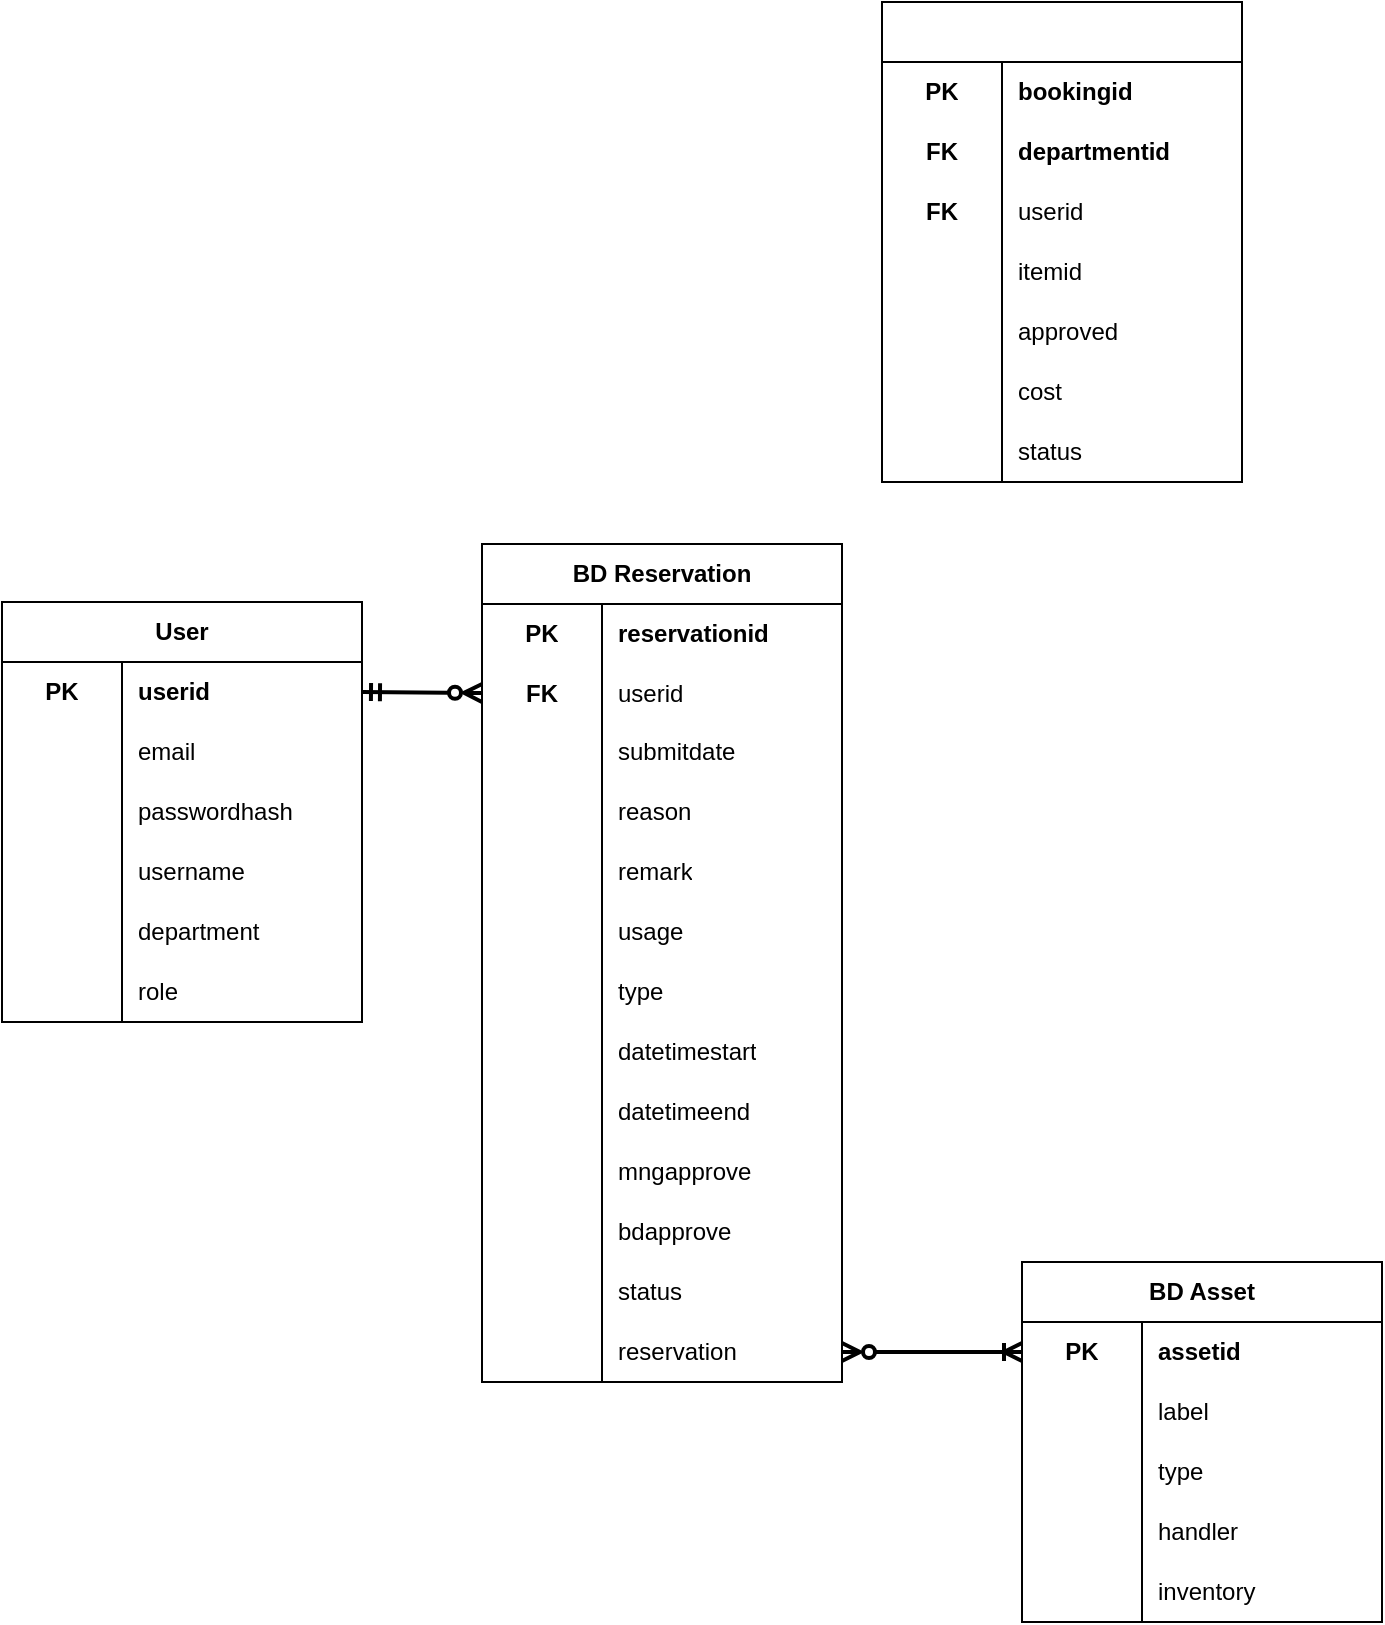
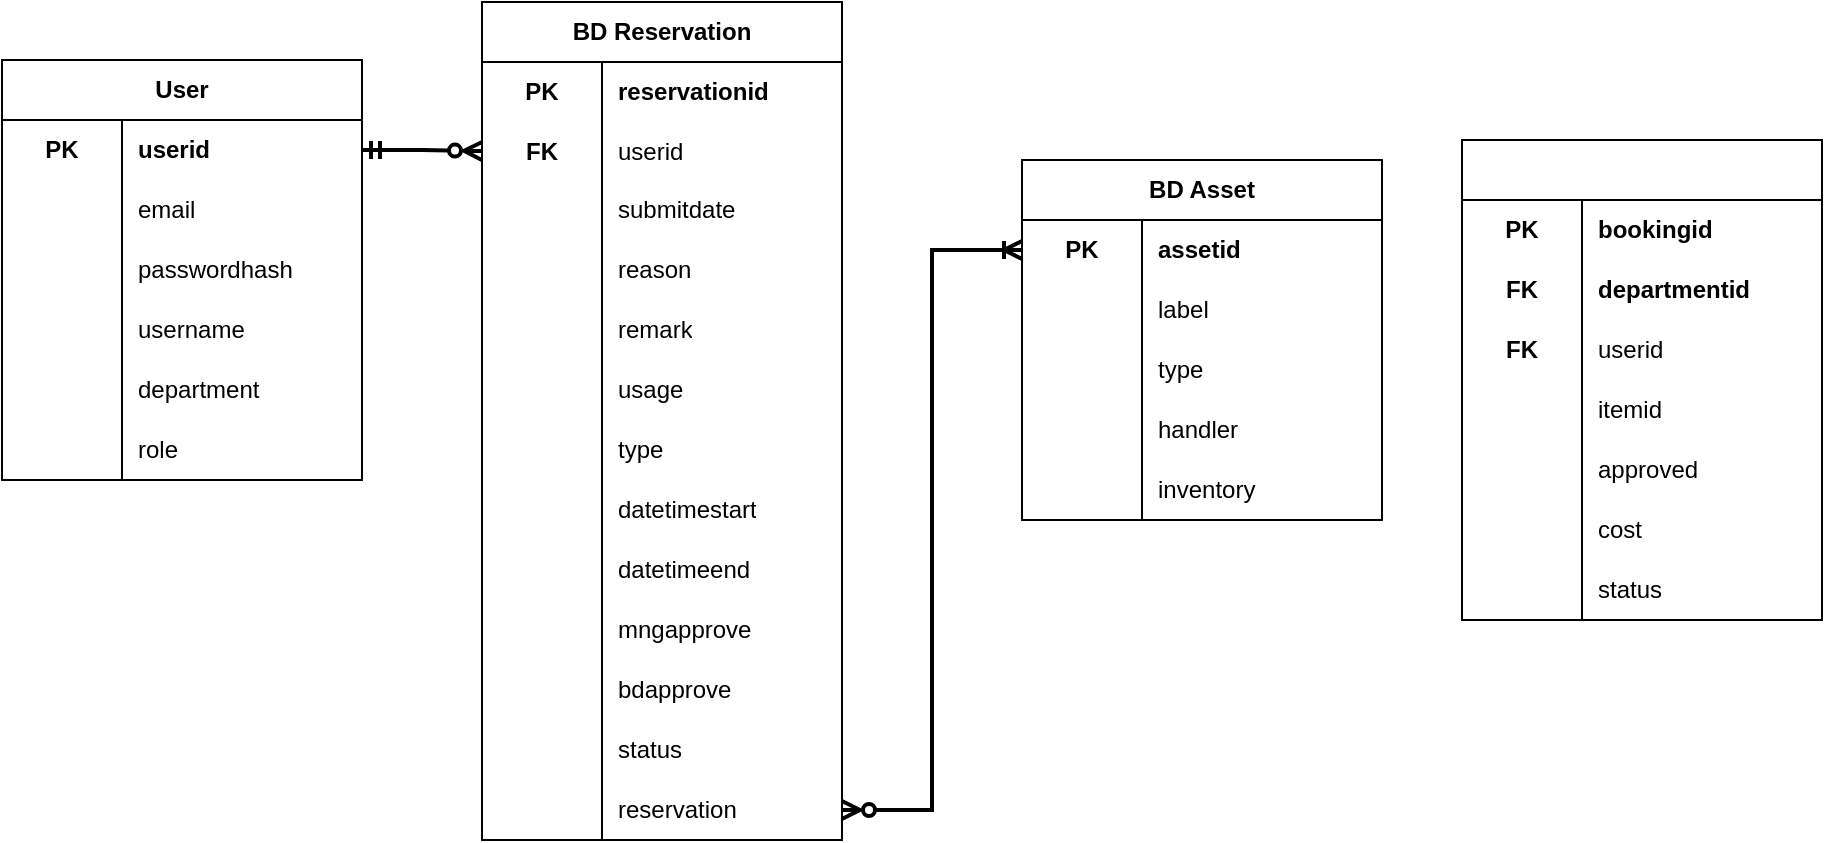
<mxfile host="65bd71144e">
    <diagram id="99jGwjI2mK34O7oxaWJw" name="Page-1">
-         <mxGraphModel dx="284" dy="1716" grid="1" gridSize="10" guides="1" tooltips="1" connect="1" arrows="1" fold="1" page="1" pageScale="1" pageWidth="827" pageHeight="1169" math="0" shadow="0">
+         <mxGraphModel dx="1306" dy="1563" grid="1" gridSize="10" guides="1" tooltips="1" connect="1" arrows="1" fold="1" page="1" pageScale="1" pageWidth="827" pageHeight="1169" math="0" shadow="0">
            <root>
                <mxCell id="0"/>
                <mxCell id="1" parent="0"/>
                <mxCell id="18" value="User" style="shape=table;startSize=30;container=1;collapsible=1;childLayout=tableLayout;fixedRows=1;rowLines=0;fontStyle=1;align=center;resizeLast=1;html=1;whiteSpace=wrap;" parent="1" vertex="1">
                    <mxGeometry x="130" y="140" width="180" height="210" as="geometry"/>
                </mxCell>
                <mxCell id="19" value="" style="shape=tableRow;horizontal=0;startSize=0;swimlaneHead=0;swimlaneBody=0;fillColor=none;collapsible=0;dropTarget=0;points=[[0,0.5],[1,0.5]];portConstraint=eastwest;top=0;left=0;right=0;bottom=0;html=1;labelBackgroundColor=none;labelBorderColor=none;swimlaneFillColor=none;" parent="18" vertex="1">
                    <mxGeometry y="30" width="180" height="30" as="geometry"/>
                </mxCell>
                <mxCell id="20" value="PK" style="shape=partialRectangle;connectable=0;fillColor=none;top=0;left=0;bottom=0;right=0;fontStyle=1;overflow=hidden;html=1;whiteSpace=wrap;labelBackgroundColor=none;labelBorderColor=none;swimlaneFillColor=none;" parent="19" vertex="1">
                    <mxGeometry width="60" height="30" as="geometry">
                        <mxRectangle width="60" height="30" as="alternateBounds"/>
                    </mxGeometry>
                </mxCell>
                <mxCell id="21" value="userid" style="shape=partialRectangle;connectable=0;fillColor=none;top=0;left=0;bottom=0;right=0;align=left;spacingLeft=6;fontStyle=1;overflow=hidden;html=1;whiteSpace=wrap;labelBackgroundColor=none;labelBorderColor=none;swimlaneFillColor=none;" parent="19" vertex="1">
                    <mxGeometry x="60" width="120" height="30" as="geometry">
                        <mxRectangle width="120" height="30" as="alternateBounds"/>
                    </mxGeometry>
                </mxCell>
                <mxCell id="22" value="" style="shape=tableRow;horizontal=0;startSize=0;swimlaneHead=0;swimlaneBody=0;fillColor=none;collapsible=0;dropTarget=0;points=[[0,0.5],[1,0.5]];portConstraint=eastwest;top=0;left=0;right=0;bottom=0;html=1;labelBackgroundColor=none;labelBorderColor=none;swimlaneFillColor=none;" parent="18" vertex="1">
                    <mxGeometry y="60" width="180" height="30" as="geometry"/>
                </mxCell>
                <mxCell id="23" value="" style="shape=partialRectangle;connectable=0;fillColor=none;top=0;left=0;bottom=0;right=0;fontStyle=1;overflow=hidden;html=1;whiteSpace=wrap;strokeWidth=1;shadow=0;strokeColor=default;perimeterSpacing=0;labelBackgroundColor=none;labelBorderColor=none;swimlaneFillColor=none;" parent="22" vertex="1">
                    <mxGeometry width="60" height="30" as="geometry">
                        <mxRectangle width="60" height="30" as="alternateBounds"/>
                    </mxGeometry>
                </mxCell>
                <mxCell id="24" value="email" style="shape=partialRectangle;connectable=0;fillColor=none;top=0;left=0;bottom=0;right=0;align=left;spacingLeft=6;fontStyle=0;overflow=hidden;html=1;whiteSpace=wrap;strokeWidth=1;shadow=0;perimeterSpacing=0;labelBackgroundColor=none;labelBorderColor=none;swimlaneFillColor=none;" parent="22" vertex="1">
                    <mxGeometry x="60" width="120" height="30" as="geometry">
                        <mxRectangle width="120" height="30" as="alternateBounds"/>
                    </mxGeometry>
                </mxCell>
                <mxCell id="25" value="" style="shape=tableRow;horizontal=0;startSize=0;swimlaneHead=0;swimlaneBody=0;fillColor=none;collapsible=0;dropTarget=0;points=[[0,0.5],[1,0.5]];portConstraint=eastwest;top=0;left=0;right=0;bottom=0;html=1;labelBackgroundColor=none;labelBorderColor=none;swimlaneFillColor=none;" parent="18" vertex="1">
                    <mxGeometry y="90" width="180" height="30" as="geometry"/>
                </mxCell>
                <mxCell id="26" value="" style="shape=partialRectangle;connectable=0;fillColor=none;top=0;left=0;bottom=0;right=0;editable=1;overflow=hidden;html=1;whiteSpace=wrap;labelBackgroundColor=none;labelBorderColor=none;swimlaneFillColor=none;" parent="25" vertex="1">
                    <mxGeometry width="60" height="30" as="geometry">
                        <mxRectangle width="60" height="30" as="alternateBounds"/>
                    </mxGeometry>
                </mxCell>
                <mxCell id="27" value="passwordhash" style="shape=partialRectangle;connectable=0;fillColor=none;top=0;left=0;bottom=0;right=0;align=left;spacingLeft=6;overflow=hidden;html=1;whiteSpace=wrap;labelBackgroundColor=none;labelBorderColor=none;swimlaneFillColor=none;" parent="25" vertex="1">
                    <mxGeometry x="60" width="120" height="30" as="geometry">
                        <mxRectangle width="120" height="30" as="alternateBounds"/>
                    </mxGeometry>
                </mxCell>
                <mxCell id="119" value="" style="shape=tableRow;horizontal=0;startSize=0;swimlaneHead=0;swimlaneBody=0;fillColor=none;collapsible=0;dropTarget=0;points=[[0,0.5],[1,0.5]];portConstraint=eastwest;top=0;left=0;right=0;bottom=0;html=1;labelBackgroundColor=none;labelBorderColor=none;swimlaneFillColor=none;" parent="18" vertex="1">
                    <mxGeometry y="120" width="180" height="30" as="geometry"/>
                </mxCell>
                <mxCell id="120" value="" style="shape=partialRectangle;connectable=0;fillColor=none;top=0;left=0;bottom=0;right=0;editable=1;overflow=hidden;html=1;whiteSpace=wrap;labelBackgroundColor=none;labelBorderColor=none;swimlaneFillColor=none;" parent="119" vertex="1">
                    <mxGeometry width="60" height="30" as="geometry">
                        <mxRectangle width="60" height="30" as="alternateBounds"/>
                    </mxGeometry>
                </mxCell>
                <mxCell id="121" value="username" style="shape=partialRectangle;connectable=0;fillColor=none;top=0;left=0;bottom=0;right=0;align=left;spacingLeft=6;overflow=hidden;html=1;whiteSpace=wrap;labelBackgroundColor=none;labelBorderColor=none;swimlaneFillColor=none;" parent="119" vertex="1">
                    <mxGeometry x="60" width="120" height="30" as="geometry">
                        <mxRectangle width="120" height="30" as="alternateBounds"/>
                    </mxGeometry>
                </mxCell>
                <mxCell id="122" value="" style="shape=tableRow;horizontal=0;startSize=0;swimlaneHead=0;swimlaneBody=0;fillColor=none;collapsible=0;dropTarget=0;points=[[0,0.5],[1,0.5]];portConstraint=eastwest;top=0;left=0;right=0;bottom=0;html=1;labelBackgroundColor=none;labelBorderColor=none;swimlaneFillColor=none;" parent="18" vertex="1">
                    <mxGeometry y="150" width="180" height="30" as="geometry"/>
                </mxCell>
                <mxCell id="123" value="" style="shape=partialRectangle;connectable=0;fillColor=none;top=0;left=0;bottom=0;right=0;editable=1;overflow=hidden;html=1;whiteSpace=wrap;labelBackgroundColor=none;labelBorderColor=none;swimlaneFillColor=none;" parent="122" vertex="1">
                    <mxGeometry width="60" height="30" as="geometry">
                        <mxRectangle width="60" height="30" as="alternateBounds"/>
                    </mxGeometry>
                </mxCell>
                <mxCell id="124" value="department" style="shape=partialRectangle;connectable=0;fillColor=none;top=0;left=0;bottom=0;right=0;align=left;spacingLeft=6;overflow=hidden;html=1;whiteSpace=wrap;labelBackgroundColor=none;labelBorderColor=none;swimlaneFillColor=none;" parent="122" vertex="1">
                    <mxGeometry x="60" width="120" height="30" as="geometry">
                        <mxRectangle width="120" height="30" as="alternateBounds"/>
                    </mxGeometry>
                </mxCell>
                <mxCell id="28" value="" style="shape=tableRow;horizontal=0;startSize=0;swimlaneHead=0;swimlaneBody=0;fillColor=none;collapsible=0;dropTarget=0;points=[[0,0.5],[1,0.5]];portConstraint=eastwest;top=0;left=0;right=0;bottom=0;html=1;labelBackgroundColor=none;labelBorderColor=none;swimlaneFillColor=none;" parent="18" vertex="1">
                    <mxGeometry y="180" width="180" height="30" as="geometry"/>
                </mxCell>
                <mxCell id="29" value="" style="shape=partialRectangle;connectable=0;fillColor=none;top=0;left=0;bottom=0;right=0;editable=1;overflow=hidden;html=1;whiteSpace=wrap;labelBackgroundColor=none;labelBorderColor=none;swimlaneFillColor=none;" parent="28" vertex="1">
                    <mxGeometry width="60" height="30" as="geometry">
                        <mxRectangle width="60" height="30" as="alternateBounds"/>
                    </mxGeometry>
                </mxCell>
                <mxCell id="30" value="role" style="shape=partialRectangle;connectable=0;fillColor=none;top=0;left=0;bottom=0;right=0;align=left;spacingLeft=6;overflow=hidden;html=1;whiteSpace=wrap;labelBackgroundColor=none;labelBorderColor=none;swimlaneFillColor=none;" parent="28" vertex="1">
                    <mxGeometry x="60" width="120" height="30" as="geometry">
                        <mxRectangle width="120" height="30" as="alternateBounds"/>
                    </mxGeometry>
                </mxCell>
                <mxCell id="34" value="BD Asset" style="shape=table;startSize=30;container=1;collapsible=1;childLayout=tableLayout;fixedRows=1;rowLines=0;fontStyle=1;align=center;resizeLast=1;html=1;whiteSpace=wrap;" parent="1" vertex="1">
-                     <mxGeometry x="640" y="470" width="180" height="180" as="geometry"/>
+                     <mxGeometry x="640" y="190" width="180" height="180" as="geometry"/>
                </mxCell>
                <mxCell id="35" value="" style="shape=tableRow;horizontal=0;startSize=0;swimlaneHead=0;swimlaneBody=0;fillColor=none;collapsible=0;dropTarget=0;points=[[0,0.5],[1,0.5]];portConstraint=eastwest;top=0;left=0;right=0;bottom=0;html=1;labelBackgroundColor=none;labelBorderColor=none;swimlaneFillColor=none;" parent="34" vertex="1">
                    <mxGeometry y="30" width="180" height="30" as="geometry"/>
                </mxCell>
                <mxCell id="36" value="PK" style="shape=partialRectangle;connectable=0;fillColor=none;top=0;left=0;bottom=0;right=0;fontStyle=1;overflow=hidden;html=1;whiteSpace=wrap;labelBackgroundColor=none;labelBorderColor=none;swimlaneFillColor=none;" parent="35" vertex="1">
                    <mxGeometry width="60" height="30" as="geometry">
                        <mxRectangle width="60" height="30" as="alternateBounds"/>
                    </mxGeometry>
                </mxCell>
                <mxCell id="37" value="assetid" style="shape=partialRectangle;connectable=0;fillColor=none;top=0;left=0;bottom=0;right=0;align=left;spacingLeft=6;fontStyle=1;overflow=hidden;html=1;whiteSpace=wrap;labelBackgroundColor=none;labelBorderColor=none;swimlaneFillColor=none;" parent="35" vertex="1">
                    <mxGeometry x="60" width="120" height="30" as="geometry">
                        <mxRectangle width="120" height="30" as="alternateBounds"/>
                    </mxGeometry>
                </mxCell>
                <mxCell id="38" value="" style="shape=tableRow;horizontal=0;startSize=0;swimlaneHead=0;swimlaneBody=0;fillColor=none;collapsible=0;dropTarget=0;points=[[0,0.5],[1,0.5]];portConstraint=eastwest;top=0;left=0;right=0;bottom=0;html=1;labelBackgroundColor=none;labelBorderColor=none;swimlaneFillColor=none;" parent="34" vertex="1">
                    <mxGeometry y="60" width="180" height="30" as="geometry"/>
                </mxCell>
                <mxCell id="39" value="" style="shape=partialRectangle;connectable=0;fillColor=none;top=0;left=0;bottom=0;right=0;fontStyle=1;overflow=hidden;html=1;whiteSpace=wrap;strokeWidth=1;shadow=0;strokeColor=default;perimeterSpacing=0;labelBackgroundColor=none;labelBorderColor=none;swimlaneFillColor=none;" parent="38" vertex="1">
                    <mxGeometry width="60" height="30" as="geometry">
                        <mxRectangle width="60" height="30" as="alternateBounds"/>
                    </mxGeometry>
                </mxCell>
                <mxCell id="40" value="label" style="shape=partialRectangle;connectable=0;fillColor=none;top=0;left=0;bottom=0;right=0;align=left;spacingLeft=6;fontStyle=0;overflow=hidden;html=1;whiteSpace=wrap;strokeWidth=1;shadow=0;perimeterSpacing=0;labelBackgroundColor=none;labelBorderColor=none;swimlaneFillColor=none;" parent="38" vertex="1">
                    <mxGeometry x="60" width="120" height="30" as="geometry">
                        <mxRectangle width="120" height="30" as="alternateBounds"/>
                    </mxGeometry>
                </mxCell>
                <mxCell id="66" value="" style="shape=tableRow;horizontal=0;startSize=0;swimlaneHead=0;swimlaneBody=0;fillColor=none;collapsible=0;dropTarget=0;points=[[0,0.5],[1,0.5]];portConstraint=eastwest;top=0;left=0;right=0;bottom=0;html=1;labelBackgroundColor=none;labelBorderColor=none;swimlaneFillColor=none;" parent="34" vertex="1">
                    <mxGeometry y="90" width="180" height="30" as="geometry"/>
                </mxCell>
                <mxCell id="67" value="" style="shape=partialRectangle;connectable=0;fillColor=none;top=0;left=0;bottom=0;right=0;fontStyle=1;overflow=hidden;html=1;whiteSpace=wrap;strokeWidth=1;shadow=0;strokeColor=default;perimeterSpacing=0;labelBackgroundColor=none;labelBorderColor=none;swimlaneFillColor=none;" parent="66" vertex="1">
                    <mxGeometry width="60" height="30" as="geometry">
                        <mxRectangle width="60" height="30" as="alternateBounds"/>
                    </mxGeometry>
                </mxCell>
                <mxCell id="68" value="type" style="shape=partialRectangle;connectable=0;fillColor=none;top=0;left=0;bottom=0;right=0;align=left;spacingLeft=6;fontStyle=0;overflow=hidden;html=1;whiteSpace=wrap;strokeWidth=1;shadow=0;perimeterSpacing=0;labelBackgroundColor=none;labelBorderColor=none;swimlaneFillColor=none;" parent="66" vertex="1">
                    <mxGeometry x="60" width="120" height="30" as="geometry">
                        <mxRectangle width="120" height="30" as="alternateBounds"/>
                    </mxGeometry>
                </mxCell>
                <mxCell id="60" value="" style="shape=tableRow;horizontal=0;startSize=0;swimlaneHead=0;swimlaneBody=0;fillColor=none;collapsible=0;dropTarget=0;points=[[0,0.5],[1,0.5]];portConstraint=eastwest;top=0;left=0;right=0;bottom=0;html=1;labelBackgroundColor=none;labelBorderColor=none;swimlaneFillColor=none;" parent="34" vertex="1">
                    <mxGeometry y="120" width="180" height="30" as="geometry"/>
                </mxCell>
                <mxCell id="61" value="" style="shape=partialRectangle;connectable=0;fillColor=none;top=0;left=0;bottom=0;right=0;editable=1;overflow=hidden;html=1;whiteSpace=wrap;labelBackgroundColor=none;labelBorderColor=none;swimlaneFillColor=none;" parent="60" vertex="1">
                    <mxGeometry width="60" height="30" as="geometry">
                        <mxRectangle width="60" height="30" as="alternateBounds"/>
                    </mxGeometry>
                </mxCell>
                <mxCell id="62" value="handler" style="shape=partialRectangle;connectable=0;fillColor=none;top=0;left=0;bottom=0;right=0;align=left;spacingLeft=6;overflow=hidden;html=1;whiteSpace=wrap;labelBackgroundColor=none;labelBorderColor=none;swimlaneFillColor=none;" parent="60" vertex="1">
                    <mxGeometry x="60" width="120" height="30" as="geometry">
                        <mxRectangle width="120" height="30" as="alternateBounds"/>
                    </mxGeometry>
                </mxCell>
                <mxCell id="69" value="" style="shape=tableRow;horizontal=0;startSize=0;swimlaneHead=0;swimlaneBody=0;fillColor=none;collapsible=0;dropTarget=0;points=[[0,0.5],[1,0.5]];portConstraint=eastwest;top=0;left=0;right=0;bottom=0;html=1;labelBackgroundColor=none;labelBorderColor=none;swimlaneFillColor=none;" parent="34" vertex="1">
                    <mxGeometry y="150" width="180" height="30" as="geometry"/>
                </mxCell>
                <mxCell id="70" value="" style="shape=partialRectangle;connectable=0;fillColor=none;top=0;left=0;bottom=0;right=0;editable=1;overflow=hidden;html=1;whiteSpace=wrap;labelBackgroundColor=none;labelBorderColor=none;swimlaneFillColor=none;" parent="69" vertex="1">
                    <mxGeometry width="60" height="30" as="geometry">
                        <mxRectangle width="60" height="30" as="alternateBounds"/>
                    </mxGeometry>
                </mxCell>
                <mxCell id="71" value="inventory" style="shape=partialRectangle;connectable=0;fillColor=none;top=0;left=0;bottom=0;right=0;align=left;spacingLeft=6;overflow=hidden;html=1;whiteSpace=wrap;labelBackgroundColor=none;labelBorderColor=none;swimlaneFillColor=none;" parent="69" vertex="1">
                    <mxGeometry x="60" width="120" height="30" as="geometry">
                        <mxRectangle width="120" height="30" as="alternateBounds"/>
                    </mxGeometry>
                </mxCell>
-                 <mxCell id="147" style="edgeStyle=none;html=1;entryX=0;entryY=0.5;entryDx=0;entryDy=0;strokeWidth=2;startArrow=ERzeroToMany;startFill=0;endArrow=ERoneToMany;endFill=0;exitX=1;exitY=0.5;exitDx=0;exitDy=0;" edge="1" parent="1" source="125" target="35">
+                 <mxCell id="147" style="edgeStyle=orthogonalEdgeStyle;html=1;entryX=0;entryY=0.5;entryDx=0;entryDy=0;strokeWidth=2;startArrow=ERzeroToMany;startFill=0;endArrow=ERoneToMany;endFill=0;exitX=1;exitY=0.5;exitDx=0;exitDy=0;rounded=0;curved=0;" parent="1" source="125" target="35" edge="1">
                    <mxGeometry relative="1" as="geometry">
                        <mxPoint x="550" y="218.375" as="sourcePoint"/>
                        <mxPoint x="580" y="182" as="targetPoint"/>
                    </mxGeometry>
                </mxCell>
                <mxCell id="72" value="BD Reservation" style="shape=table;startSize=30;container=1;collapsible=1;childLayout=tableLayout;fixedRows=1;rowLines=0;fontStyle=1;align=center;resizeLast=1;html=1;whiteSpace=wrap;" parent="1" vertex="1">
                    <mxGeometry x="370" y="111" width="180" height="419" as="geometry"/>
                </mxCell>
                <mxCell id="73" value="" style="shape=tableRow;horizontal=0;startSize=0;swimlaneHead=0;swimlaneBody=0;fillColor=none;collapsible=0;dropTarget=0;points=[[0,0.5],[1,0.5]];portConstraint=eastwest;top=0;left=0;right=0;bottom=0;html=1;labelBackgroundColor=none;labelBorderColor=none;swimlaneFillColor=none;" parent="72" vertex="1">
                    <mxGeometry y="30" width="180" height="30" as="geometry"/>
                </mxCell>
                <mxCell id="74" value="PK" style="shape=partialRectangle;connectable=0;fillColor=none;top=0;left=0;bottom=0;right=0;fontStyle=1;overflow=hidden;html=1;whiteSpace=wrap;labelBackgroundColor=none;labelBorderColor=none;swimlaneFillColor=none;" parent="73" vertex="1">
                    <mxGeometry width="60" height="30" as="geometry">
                        <mxRectangle width="60" height="30" as="alternateBounds"/>
                    </mxGeometry>
                </mxCell>
                <mxCell id="75" value="reservationid" style="shape=partialRectangle;connectable=0;fillColor=none;top=0;left=0;bottom=0;right=0;align=left;spacingLeft=6;fontStyle=1;overflow=hidden;html=1;whiteSpace=wrap;labelBackgroundColor=none;labelBorderColor=none;swimlaneFillColor=none;" parent="73" vertex="1">
                    <mxGeometry x="60" width="120" height="30" as="geometry">
                        <mxRectangle width="120" height="30" as="alternateBounds"/>
                    </mxGeometry>
                </mxCell>
                <mxCell id="76" value="" style="shape=tableRow;horizontal=0;startSize=0;swimlaneHead=0;swimlaneBody=0;fillColor=none;collapsible=0;dropTarget=0;points=[[0,0.5],[1,0.5]];portConstraint=eastwest;top=0;left=0;right=0;bottom=0;html=1;labelBackgroundColor=none;labelBorderColor=none;swimlaneFillColor=none;" parent="72" vertex="1">
                    <mxGeometry y="60" width="180" height="29" as="geometry"/>
                </mxCell>
                <mxCell id="77" value="FK" style="shape=partialRectangle;connectable=0;fillColor=none;top=0;left=0;bottom=0;right=0;fontStyle=1;overflow=hidden;html=1;whiteSpace=wrap;strokeWidth=1;shadow=0;strokeColor=default;perimeterSpacing=0;labelBackgroundColor=none;labelBorderColor=none;swimlaneFillColor=none;" parent="76" vertex="1">
                    <mxGeometry width="60" height="29" as="geometry">
                        <mxRectangle width="60" height="29" as="alternateBounds"/>
                    </mxGeometry>
                </mxCell>
                <mxCell id="78" value="userid" style="shape=partialRectangle;connectable=0;fillColor=none;top=0;left=0;bottom=0;right=0;align=left;spacingLeft=6;fontStyle=0;overflow=hidden;html=1;whiteSpace=wrap;strokeWidth=1;shadow=0;perimeterSpacing=0;labelBackgroundColor=none;labelBorderColor=none;swimlaneFillColor=none;" parent="76" vertex="1">
                    <mxGeometry x="60" width="120" height="29" as="geometry">
                        <mxRectangle width="120" height="29" as="alternateBounds"/>
                    </mxGeometry>
                </mxCell>
                <mxCell id="79" value="" style="shape=tableRow;horizontal=0;startSize=0;swimlaneHead=0;swimlaneBody=0;fillColor=none;collapsible=0;dropTarget=0;points=[[0,0.5],[1,0.5]];portConstraint=eastwest;top=0;left=0;right=0;bottom=0;html=1;labelBackgroundColor=none;labelBorderColor=none;swimlaneFillColor=none;" parent="72" vertex="1">
                    <mxGeometry y="89" width="180" height="30" as="geometry"/>
                </mxCell>
                <mxCell id="80" value="" style="shape=partialRectangle;connectable=0;fillColor=none;top=0;left=0;bottom=0;right=0;editable=1;overflow=hidden;html=1;whiteSpace=wrap;labelBackgroundColor=none;labelBorderColor=none;swimlaneFillColor=none;" parent="79" vertex="1">
                    <mxGeometry width="60" height="30" as="geometry">
                        <mxRectangle width="60" height="30" as="alternateBounds"/>
                    </mxGeometry>
                </mxCell>
                <mxCell id="81" value="submitdate" style="shape=partialRectangle;connectable=0;fillColor=none;top=0;left=0;bottom=0;right=0;align=left;spacingLeft=6;overflow=hidden;html=1;whiteSpace=wrap;labelBackgroundColor=none;labelBorderColor=none;swimlaneFillColor=none;" parent="79" vertex="1">
                    <mxGeometry x="60" width="120" height="30" as="geometry">
                        <mxRectangle width="120" height="30" as="alternateBounds"/>
                    </mxGeometry>
                </mxCell>
-                 <mxCell id="128" value="" style="shape=tableRow;horizontal=0;startSize=0;swimlaneHead=0;swimlaneBody=0;fillColor=none;collapsible=0;dropTarget=0;points=[[0,0.5],[1,0.5]];portConstraint=eastwest;top=0;left=0;right=0;bottom=0;html=1;labelBackgroundColor=none;labelBorderColor=none;swimlaneFillColor=none;" vertex="1" parent="72">
+                 <mxCell id="128" value="" style="shape=tableRow;horizontal=0;startSize=0;swimlaneHead=0;swimlaneBody=0;fillColor=none;collapsible=0;dropTarget=0;points=[[0,0.5],[1,0.5]];portConstraint=eastwest;top=0;left=0;right=0;bottom=0;html=1;labelBackgroundColor=none;labelBorderColor=none;swimlaneFillColor=none;" parent="72" vertex="1">
                    <mxGeometry y="119" width="180" height="30" as="geometry"/>
                </mxCell>
-                 <mxCell id="129" value="" style="shape=partialRectangle;connectable=0;fillColor=none;top=0;left=0;bottom=0;right=0;editable=1;overflow=hidden;html=1;whiteSpace=wrap;labelBackgroundColor=none;labelBorderColor=none;swimlaneFillColor=none;" vertex="1" parent="128">
-                     <mxGeometry width="60" height="30" as="geometry">
-                         <mxRectangle width="60" height="30" as="alternateBounds"/>
-                     </mxGeometry>
-                 </mxCell>
-                 <mxCell id="130" value="reason" style="shape=partialRectangle;connectable=0;fillColor=none;top=0;left=0;bottom=0;right=0;align=left;spacingLeft=6;overflow=hidden;html=1;whiteSpace=wrap;labelBackgroundColor=none;labelBorderColor=none;swimlaneFillColor=none;" vertex="1" parent="128">
-                     <mxGeometry x="60" width="120" height="30" as="geometry">
-                         <mxRectangle width="120" height="30" as="alternateBounds"/>
-                     </mxGeometry>
-                 </mxCell>
-                 <mxCell id="131" value="" style="shape=tableRow;horizontal=0;startSize=0;swimlaneHead=0;swimlaneBody=0;fillColor=none;collapsible=0;dropTarget=0;points=[[0,0.5],[1,0.5]];portConstraint=eastwest;top=0;left=0;right=0;bottom=0;html=1;labelBackgroundColor=none;labelBorderColor=none;swimlaneFillColor=none;" vertex="1" parent="72">
+                 <mxCell id="129" value="" style="shape=partialRectangle;connectable=0;fillColor=none;top=0;left=0;bottom=0;right=0;editable=1;overflow=hidden;html=1;whiteSpace=wrap;labelBackgroundColor=none;labelBorderColor=none;swimlaneFillColor=none;" parent="128" vertex="1">
+                     <mxGeometry width="60" height="30" as="geometry">
+                         <mxRectangle width="60" height="30" as="alternateBounds"/>
+                     </mxGeometry>
+                 </mxCell>
+                 <mxCell id="130" value="reason" style="shape=partialRectangle;connectable=0;fillColor=none;top=0;left=0;bottom=0;right=0;align=left;spacingLeft=6;overflow=hidden;html=1;whiteSpace=wrap;labelBackgroundColor=none;labelBorderColor=none;swimlaneFillColor=none;" parent="128" vertex="1">
+                     <mxGeometry x="60" width="120" height="30" as="geometry">
+                         <mxRectangle width="120" height="30" as="alternateBounds"/>
+                     </mxGeometry>
+                 </mxCell>
+                 <mxCell id="131" value="" style="shape=tableRow;horizontal=0;startSize=0;swimlaneHead=0;swimlaneBody=0;fillColor=none;collapsible=0;dropTarget=0;points=[[0,0.5],[1,0.5]];portConstraint=eastwest;top=0;left=0;right=0;bottom=0;html=1;labelBackgroundColor=none;labelBorderColor=none;swimlaneFillColor=none;" parent="72" vertex="1">
                    <mxGeometry y="149" width="180" height="30" as="geometry"/>
                </mxCell>
-                 <mxCell id="132" value="" style="shape=partialRectangle;connectable=0;fillColor=none;top=0;left=0;bottom=0;right=0;editable=1;overflow=hidden;html=1;whiteSpace=wrap;labelBackgroundColor=none;labelBorderColor=none;swimlaneFillColor=none;" vertex="1" parent="131">
-                     <mxGeometry width="60" height="30" as="geometry">
-                         <mxRectangle width="60" height="30" as="alternateBounds"/>
-                     </mxGeometry>
-                 </mxCell>
-                 <mxCell id="133" value="remark" style="shape=partialRectangle;connectable=0;fillColor=none;top=0;left=0;bottom=0;right=0;align=left;spacingLeft=6;overflow=hidden;html=1;whiteSpace=wrap;labelBackgroundColor=none;labelBorderColor=none;swimlaneFillColor=none;" vertex="1" parent="131">
-                     <mxGeometry x="60" width="120" height="30" as="geometry">
-                         <mxRectangle width="120" height="30" as="alternateBounds"/>
-                     </mxGeometry>
-                 </mxCell>
-                 <mxCell id="134" value="" style="shape=tableRow;horizontal=0;startSize=0;swimlaneHead=0;swimlaneBody=0;fillColor=none;collapsible=0;dropTarget=0;points=[[0,0.5],[1,0.5]];portConstraint=eastwest;top=0;left=0;right=0;bottom=0;html=1;labelBackgroundColor=none;labelBorderColor=none;swimlaneFillColor=none;" vertex="1" parent="72">
+                 <mxCell id="132" value="" style="shape=partialRectangle;connectable=0;fillColor=none;top=0;left=0;bottom=0;right=0;editable=1;overflow=hidden;html=1;whiteSpace=wrap;labelBackgroundColor=none;labelBorderColor=none;swimlaneFillColor=none;" parent="131" vertex="1">
+                     <mxGeometry width="60" height="30" as="geometry">
+                         <mxRectangle width="60" height="30" as="alternateBounds"/>
+                     </mxGeometry>
+                 </mxCell>
+                 <mxCell id="133" value="remark" style="shape=partialRectangle;connectable=0;fillColor=none;top=0;left=0;bottom=0;right=0;align=left;spacingLeft=6;overflow=hidden;html=1;whiteSpace=wrap;labelBackgroundColor=none;labelBorderColor=none;swimlaneFillColor=none;" parent="131" vertex="1">
+                     <mxGeometry x="60" width="120" height="30" as="geometry">
+                         <mxRectangle width="120" height="30" as="alternateBounds"/>
+                     </mxGeometry>
+                 </mxCell>
+                 <mxCell id="134" value="" style="shape=tableRow;horizontal=0;startSize=0;swimlaneHead=0;swimlaneBody=0;fillColor=none;collapsible=0;dropTarget=0;points=[[0,0.5],[1,0.5]];portConstraint=eastwest;top=0;left=0;right=0;bottom=0;html=1;labelBackgroundColor=none;labelBorderColor=none;swimlaneFillColor=none;" parent="72" vertex="1">
                    <mxGeometry y="179" width="180" height="30" as="geometry"/>
                </mxCell>
-                 <mxCell id="135" value="" style="shape=partialRectangle;connectable=0;fillColor=none;top=0;left=0;bottom=0;right=0;editable=1;overflow=hidden;html=1;whiteSpace=wrap;labelBackgroundColor=none;labelBorderColor=none;swimlaneFillColor=none;" vertex="1" parent="134">
-                     <mxGeometry width="60" height="30" as="geometry">
-                         <mxRectangle width="60" height="30" as="alternateBounds"/>
-                     </mxGeometry>
-                 </mxCell>
-                 <mxCell id="136" value="usage" style="shape=partialRectangle;connectable=0;fillColor=none;top=0;left=0;bottom=0;right=0;align=left;spacingLeft=6;overflow=hidden;html=1;whiteSpace=wrap;labelBackgroundColor=none;labelBorderColor=none;swimlaneFillColor=none;" vertex="1" parent="134">
-                     <mxGeometry x="60" width="120" height="30" as="geometry">
-                         <mxRectangle width="120" height="30" as="alternateBounds"/>
-                     </mxGeometry>
-                 </mxCell>
-                 <mxCell id="137" value="" style="shape=tableRow;horizontal=0;startSize=0;swimlaneHead=0;swimlaneBody=0;fillColor=none;collapsible=0;dropTarget=0;points=[[0,0.5],[1,0.5]];portConstraint=eastwest;top=0;left=0;right=0;bottom=0;html=1;labelBackgroundColor=none;labelBorderColor=none;swimlaneFillColor=none;" vertex="1" parent="72">
+                 <mxCell id="135" value="" style="shape=partialRectangle;connectable=0;fillColor=none;top=0;left=0;bottom=0;right=0;editable=1;overflow=hidden;html=1;whiteSpace=wrap;labelBackgroundColor=none;labelBorderColor=none;swimlaneFillColor=none;" parent="134" vertex="1">
+                     <mxGeometry width="60" height="30" as="geometry">
+                         <mxRectangle width="60" height="30" as="alternateBounds"/>
+                     </mxGeometry>
+                 </mxCell>
+                 <mxCell id="136" value="usage" style="shape=partialRectangle;connectable=0;fillColor=none;top=0;left=0;bottom=0;right=0;align=left;spacingLeft=6;overflow=hidden;html=1;whiteSpace=wrap;labelBackgroundColor=none;labelBorderColor=none;swimlaneFillColor=none;" parent="134" vertex="1">
+                     <mxGeometry x="60" width="120" height="30" as="geometry">
+                         <mxRectangle width="120" height="30" as="alternateBounds"/>
+                     </mxGeometry>
+                 </mxCell>
+                 <mxCell id="137" value="" style="shape=tableRow;horizontal=0;startSize=0;swimlaneHead=0;swimlaneBody=0;fillColor=none;collapsible=0;dropTarget=0;points=[[0,0.5],[1,0.5]];portConstraint=eastwest;top=0;left=0;right=0;bottom=0;html=1;labelBackgroundColor=none;labelBorderColor=none;swimlaneFillColor=none;" parent="72" vertex="1">
                    <mxGeometry y="209" width="180" height="30" as="geometry"/>
                </mxCell>
-                 <mxCell id="138" value="" style="shape=partialRectangle;connectable=0;fillColor=none;top=0;left=0;bottom=0;right=0;editable=1;overflow=hidden;html=1;whiteSpace=wrap;labelBackgroundColor=none;labelBorderColor=none;swimlaneFillColor=none;" vertex="1" parent="137">
-                     <mxGeometry width="60" height="30" as="geometry">
-                         <mxRectangle width="60" height="30" as="alternateBounds"/>
-                     </mxGeometry>
-                 </mxCell>
-                 <mxCell id="139" value="type" style="shape=partialRectangle;connectable=0;fillColor=none;top=0;left=0;bottom=0;right=0;align=left;spacingLeft=6;overflow=hidden;html=1;whiteSpace=wrap;labelBackgroundColor=none;labelBorderColor=none;swimlaneFillColor=none;" vertex="1" parent="137">
-                     <mxGeometry x="60" width="120" height="30" as="geometry">
-                         <mxRectangle width="120" height="30" as="alternateBounds"/>
-                     </mxGeometry>
-                 </mxCell>
-                 <mxCell id="140" value="" style="shape=tableRow;horizontal=0;startSize=0;swimlaneHead=0;swimlaneBody=0;fillColor=none;collapsible=0;dropTarget=0;points=[[0,0.5],[1,0.5]];portConstraint=eastwest;top=0;left=0;right=0;bottom=0;html=1;labelBackgroundColor=none;labelBorderColor=none;swimlaneFillColor=none;" vertex="1" parent="72">
+                 <mxCell id="138" value="" style="shape=partialRectangle;connectable=0;fillColor=none;top=0;left=0;bottom=0;right=0;editable=1;overflow=hidden;html=1;whiteSpace=wrap;labelBackgroundColor=none;labelBorderColor=none;swimlaneFillColor=none;" parent="137" vertex="1">
+                     <mxGeometry width="60" height="30" as="geometry">
+                         <mxRectangle width="60" height="30" as="alternateBounds"/>
+                     </mxGeometry>
+                 </mxCell>
+                 <mxCell id="139" value="type" style="shape=partialRectangle;connectable=0;fillColor=none;top=0;left=0;bottom=0;right=0;align=left;spacingLeft=6;overflow=hidden;html=1;whiteSpace=wrap;labelBackgroundColor=none;labelBorderColor=none;swimlaneFillColor=none;" parent="137" vertex="1">
+                     <mxGeometry x="60" width="120" height="30" as="geometry">
+                         <mxRectangle width="120" height="30" as="alternateBounds"/>
+                     </mxGeometry>
+                 </mxCell>
+                 <mxCell id="140" value="" style="shape=tableRow;horizontal=0;startSize=0;swimlaneHead=0;swimlaneBody=0;fillColor=none;collapsible=0;dropTarget=0;points=[[0,0.5],[1,0.5]];portConstraint=eastwest;top=0;left=0;right=0;bottom=0;html=1;labelBackgroundColor=none;labelBorderColor=none;swimlaneFillColor=none;" parent="72" vertex="1">
                    <mxGeometry y="239" width="180" height="30" as="geometry"/>
                </mxCell>
-                 <mxCell id="141" value="" style="shape=partialRectangle;connectable=0;fillColor=none;top=0;left=0;bottom=0;right=0;editable=1;overflow=hidden;html=1;whiteSpace=wrap;labelBackgroundColor=none;labelBorderColor=none;swimlaneFillColor=none;" vertex="1" parent="140">
-                     <mxGeometry width="60" height="30" as="geometry">
-                         <mxRectangle width="60" height="30" as="alternateBounds"/>
-                     </mxGeometry>
-                 </mxCell>
-                 <mxCell id="142" value="datetimestart" style="shape=partialRectangle;connectable=0;fillColor=none;top=0;left=0;bottom=0;right=0;align=left;spacingLeft=6;overflow=hidden;html=1;whiteSpace=wrap;labelBackgroundColor=none;labelBorderColor=none;swimlaneFillColor=none;" vertex="1" parent="140">
-                     <mxGeometry x="60" width="120" height="30" as="geometry">
-                         <mxRectangle width="120" height="30" as="alternateBounds"/>
-                     </mxGeometry>
-                 </mxCell>
-                 <mxCell id="143" value="" style="shape=tableRow;horizontal=0;startSize=0;swimlaneHead=0;swimlaneBody=0;fillColor=none;collapsible=0;dropTarget=0;points=[[0,0.5],[1,0.5]];portConstraint=eastwest;top=0;left=0;right=0;bottom=0;html=1;labelBackgroundColor=none;labelBorderColor=none;swimlaneFillColor=none;" vertex="1" parent="72">
+                 <mxCell id="141" value="" style="shape=partialRectangle;connectable=0;fillColor=none;top=0;left=0;bottom=0;right=0;editable=1;overflow=hidden;html=1;whiteSpace=wrap;labelBackgroundColor=none;labelBorderColor=none;swimlaneFillColor=none;" parent="140" vertex="1">
+                     <mxGeometry width="60" height="30" as="geometry">
+                         <mxRectangle width="60" height="30" as="alternateBounds"/>
+                     </mxGeometry>
+                 </mxCell>
+                 <mxCell id="142" value="datetimestart" style="shape=partialRectangle;connectable=0;fillColor=none;top=0;left=0;bottom=0;right=0;align=left;spacingLeft=6;overflow=hidden;html=1;whiteSpace=wrap;labelBackgroundColor=none;labelBorderColor=none;swimlaneFillColor=none;" parent="140" vertex="1">
+                     <mxGeometry x="60" width="120" height="30" as="geometry">
+                         <mxRectangle width="120" height="30" as="alternateBounds"/>
+                     </mxGeometry>
+                 </mxCell>
+                 <mxCell id="143" value="" style="shape=tableRow;horizontal=0;startSize=0;swimlaneHead=0;swimlaneBody=0;fillColor=none;collapsible=0;dropTarget=0;points=[[0,0.5],[1,0.5]];portConstraint=eastwest;top=0;left=0;right=0;bottom=0;html=1;labelBackgroundColor=none;labelBorderColor=none;swimlaneFillColor=none;" parent="72" vertex="1">
                    <mxGeometry y="269" width="180" height="30" as="geometry"/>
                </mxCell>
-                 <mxCell id="144" value="" style="shape=partialRectangle;connectable=0;fillColor=none;top=0;left=0;bottom=0;right=0;editable=1;overflow=hidden;html=1;whiteSpace=wrap;labelBackgroundColor=none;labelBorderColor=none;swimlaneFillColor=none;" vertex="1" parent="143">
-                     <mxGeometry width="60" height="30" as="geometry">
-                         <mxRectangle width="60" height="30" as="alternateBounds"/>
-                     </mxGeometry>
-                 </mxCell>
-                 <mxCell id="145" value="datetimeend" style="shape=partialRectangle;connectable=0;fillColor=none;top=0;left=0;bottom=0;right=0;align=left;spacingLeft=6;overflow=hidden;html=1;whiteSpace=wrap;labelBackgroundColor=none;labelBorderColor=none;swimlaneFillColor=none;" vertex="1" parent="143">
+                 <mxCell id="144" value="" style="shape=partialRectangle;connectable=0;fillColor=none;top=0;left=0;bottom=0;right=0;editable=1;overflow=hidden;html=1;whiteSpace=wrap;labelBackgroundColor=none;labelBorderColor=none;swimlaneFillColor=none;" parent="143" vertex="1">
+                     <mxGeometry width="60" height="30" as="geometry">
+                         <mxRectangle width="60" height="30" as="alternateBounds"/>
+                     </mxGeometry>
+                 </mxCell>
+                 <mxCell id="145" value="datetimeend" style="shape=partialRectangle;connectable=0;fillColor=none;top=0;left=0;bottom=0;right=0;align=left;spacingLeft=6;overflow=hidden;html=1;whiteSpace=wrap;labelBackgroundColor=none;labelBorderColor=none;swimlaneFillColor=none;" parent="143" vertex="1">
                    <mxGeometry x="60" width="120" height="30" as="geometry">
                        <mxRectangle width="120" height="30" as="alternateBounds"/>
                    </mxGeometry>
                </mxCell>
                <mxCell id="82" value="" style="shape=tableRow;horizontal=0;startSize=0;swimlaneHead=0;swimlaneBody=0;fillColor=none;collapsible=0;dropTarget=0;points=[[0,0.5],[1,0.5]];portConstraint=eastwest;top=0;left=0;right=0;bottom=0;html=1;labelBackgroundColor=none;labelBorderColor=none;swimlaneFillColor=none;" parent="72" vertex="1">
                    <mxGeometry y="299" width="180" height="30" as="geometry"/>
                </mxCell>
                <mxCell id="83" value="" style="shape=partialRectangle;connectable=0;fillColor=none;top=0;left=0;bottom=0;right=0;editable=1;overflow=hidden;html=1;whiteSpace=wrap;labelBackgroundColor=none;labelBorderColor=none;swimlaneFillColor=none;" parent="82" vertex="1">
                    <mxGeometry width="60" height="30" as="geometry">
                        <mxRectangle width="60" height="30" as="alternateBounds"/>
                    </mxGeometry>
                </mxCell>
                <mxCell id="84" value="mngapprove" style="shape=partialRectangle;connectable=0;fillColor=none;top=0;left=0;bottom=0;right=0;align=left;spacingLeft=6;overflow=hidden;html=1;whiteSpace=wrap;labelBackgroundColor=none;labelBorderColor=none;swimlaneFillColor=none;" parent="82" vertex="1">
                    <mxGeometry x="60" width="120" height="30" as="geometry">
                        <mxRectangle width="120" height="30" as="alternateBounds"/>
                    </mxGeometry>
                </mxCell>
                <mxCell id="88" value="" style="shape=tableRow;horizontal=0;startSize=0;swimlaneHead=0;swimlaneBody=0;fillColor=none;collapsible=0;dropTarget=0;points=[[0,0.5],[1,0.5]];portConstraint=eastwest;top=0;left=0;right=0;bottom=0;html=1;labelBackgroundColor=none;labelBorderColor=none;swimlaneFillColor=none;" parent="72" vertex="1">
                    <mxGeometry y="329" width="180" height="30" as="geometry"/>
                </mxCell>
                <mxCell id="89" value="" style="shape=partialRectangle;connectable=0;fillColor=none;top=0;left=0;bottom=0;right=0;editable=1;overflow=hidden;html=1;whiteSpace=wrap;labelBackgroundColor=none;labelBorderColor=none;swimlaneFillColor=none;" parent="88" vertex="1">
                    <mxGeometry width="60" height="30" as="geometry">
                        <mxRectangle width="60" height="30" as="alternateBounds"/>
                    </mxGeometry>
                </mxCell>
                <mxCell id="90" value="bdapprove" style="shape=partialRectangle;connectable=0;fillColor=none;top=0;left=0;bottom=0;right=0;align=left;spacingLeft=6;overflow=hidden;html=1;whiteSpace=wrap;labelBackgroundColor=none;labelBorderColor=none;swimlaneFillColor=none;" parent="88" vertex="1">
                    <mxGeometry x="60" width="120" height="30" as="geometry">
                        <mxRectangle width="120" height="30" as="alternateBounds"/>
                    </mxGeometry>
                </mxCell>
                <mxCell id="85" value="" style="shape=tableRow;horizontal=0;startSize=0;swimlaneHead=0;swimlaneBody=0;fillColor=none;collapsible=0;dropTarget=0;points=[[0,0.5],[1,0.5]];portConstraint=eastwest;top=0;left=0;right=0;bottom=0;html=1;labelBackgroundColor=none;labelBorderColor=none;swimlaneFillColor=none;" parent="72" vertex="1">
                    <mxGeometry y="359" width="180" height="30" as="geometry"/>
                </mxCell>
                <mxCell id="86" value="" style="shape=partialRectangle;connectable=0;fillColor=none;top=0;left=0;bottom=0;right=0;editable=1;overflow=hidden;html=1;whiteSpace=wrap;labelBackgroundColor=none;labelBorderColor=none;swimlaneFillColor=none;" parent="85" vertex="1">
                    <mxGeometry width="60" height="30" as="geometry">
                        <mxRectangle width="60" height="30" as="alternateBounds"/>
                    </mxGeometry>
                </mxCell>
                <mxCell id="87" value="status" style="shape=partialRectangle;connectable=0;fillColor=none;top=0;left=0;bottom=0;right=0;align=left;spacingLeft=6;overflow=hidden;html=1;whiteSpace=wrap;labelBackgroundColor=none;labelBorderColor=none;swimlaneFillColor=none;" parent="85" vertex="1">
                    <mxGeometry x="60" width="120" height="30" as="geometry">
                        <mxRectangle width="120" height="30" as="alternateBounds"/>
                    </mxGeometry>
                </mxCell>
                <mxCell id="125" value="" style="shape=tableRow;horizontal=0;startSize=0;swimlaneHead=0;swimlaneBody=0;fillColor=none;collapsible=0;dropTarget=0;points=[[0,0.5],[1,0.5]];portConstraint=eastwest;top=0;left=0;right=0;bottom=0;html=1;labelBackgroundColor=none;labelBorderColor=none;swimlaneFillColor=none;" parent="72" vertex="1">
                    <mxGeometry y="389" width="180" height="30" as="geometry"/>
                </mxCell>
                <mxCell id="126" value="" style="shape=partialRectangle;connectable=0;fillColor=none;top=0;left=0;bottom=0;right=0;editable=1;overflow=hidden;html=1;whiteSpace=wrap;labelBackgroundColor=none;labelBorderColor=none;swimlaneFillColor=none;" parent="125" vertex="1">
                    <mxGeometry width="60" height="30" as="geometry">
                        <mxRectangle width="60" height="30" as="alternateBounds"/>
                    </mxGeometry>
                </mxCell>
                <mxCell id="127" value="reservation" style="shape=partialRectangle;connectable=0;fillColor=none;top=0;left=0;bottom=0;right=0;align=left;spacingLeft=6;overflow=hidden;html=1;whiteSpace=wrap;labelBackgroundColor=none;labelBorderColor=none;swimlaneFillColor=none;" parent="125" vertex="1">
                    <mxGeometry x="60" width="120" height="30" as="geometry">
                        <mxRectangle width="120" height="30" as="alternateBounds"/>
                    </mxGeometry>
                </mxCell>
                <mxCell id="97" value="" style="shape=table;startSize=30;container=1;collapsible=1;childLayout=tableLayout;fixedRows=1;rowLines=0;fontStyle=1;align=center;resizeLast=1;html=1;whiteSpace=wrap;" parent="1" vertex="1">
-                     <mxGeometry x="570" y="-160" width="180" height="240" as="geometry"/>
+                     <mxGeometry x="860" y="180" width="180" height="240" as="geometry"/>
                </mxCell>
                <mxCell id="98" value="" style="shape=tableRow;horizontal=0;startSize=0;swimlaneHead=0;swimlaneBody=0;fillColor=none;collapsible=0;dropTarget=0;points=[[0,0.5],[1,0.5]];portConstraint=eastwest;top=0;left=0;right=0;bottom=0;html=1;labelBackgroundColor=none;labelBorderColor=none;swimlaneFillColor=none;" parent="97" vertex="1">
                    <mxGeometry y="30" width="180" height="30" as="geometry"/>
                </mxCell>
                <mxCell id="99" value="PK" style="shape=partialRectangle;connectable=0;fillColor=none;top=0;left=0;bottom=0;right=0;fontStyle=1;overflow=hidden;html=1;whiteSpace=wrap;labelBackgroundColor=none;labelBorderColor=none;swimlaneFillColor=none;" parent="98" vertex="1">
                    <mxGeometry width="60" height="30" as="geometry">
                        <mxRectangle width="60" height="30" as="alternateBounds"/>
                    </mxGeometry>
                </mxCell>
                <mxCell id="100" value="bookingid" style="shape=partialRectangle;connectable=0;fillColor=none;top=0;left=0;bottom=0;right=0;align=left;spacingLeft=6;fontStyle=1;overflow=hidden;html=1;whiteSpace=wrap;labelBackgroundColor=none;labelBorderColor=none;swimlaneFillColor=none;" parent="98" vertex="1">
                    <mxGeometry x="60" width="120" height="30" as="geometry">
                        <mxRectangle width="120" height="30" as="alternateBounds"/>
                    </mxGeometry>
                </mxCell>
                <mxCell id="101" value="" style="shape=tableRow;horizontal=0;startSize=0;swimlaneHead=0;swimlaneBody=0;fillColor=none;collapsible=0;dropTarget=0;points=[[0,0.5],[1,0.5]];portConstraint=eastwest;top=0;left=0;right=0;bottom=0;html=1;labelBackgroundColor=none;labelBorderColor=none;swimlaneFillColor=none;" parent="97" vertex="1">
                    <mxGeometry y="60" width="180" height="30" as="geometry"/>
                </mxCell>
                <mxCell id="102" value="FK" style="shape=partialRectangle;connectable=0;fillColor=none;top=0;left=0;bottom=0;right=0;fontStyle=1;overflow=hidden;html=1;whiteSpace=wrap;labelBackgroundColor=none;labelBorderColor=none;swimlaneFillColor=none;" parent="101" vertex="1">
                    <mxGeometry width="60" height="30" as="geometry">
                        <mxRectangle width="60" height="30" as="alternateBounds"/>
                    </mxGeometry>
                </mxCell>
                <mxCell id="103" value="departmentid" style="shape=partialRectangle;connectable=0;fillColor=none;top=0;left=0;bottom=0;right=0;align=left;spacingLeft=6;fontStyle=1;overflow=hidden;html=1;whiteSpace=wrap;labelBackgroundColor=none;labelBorderColor=none;swimlaneFillColor=none;" parent="101" vertex="1">
                    <mxGeometry x="60" width="120" height="30" as="geometry">
                        <mxRectangle width="120" height="30" as="alternateBounds"/>
                    </mxGeometry>
                </mxCell>
                <mxCell id="104" value="" style="shape=tableRow;horizontal=0;startSize=0;swimlaneHead=0;swimlaneBody=0;fillColor=none;collapsible=0;dropTarget=0;points=[[0,0.5],[1,0.5]];portConstraint=eastwest;top=0;left=0;right=0;bottom=0;html=1;labelBackgroundColor=none;labelBorderColor=none;swimlaneFillColor=none;" parent="97" vertex="1">
                    <mxGeometry y="90" width="180" height="30" as="geometry"/>
                </mxCell>
                <mxCell id="105" value="FK" style="shape=partialRectangle;connectable=0;fillColor=none;top=0;left=0;bottom=0;right=0;fontStyle=1;overflow=hidden;html=1;whiteSpace=wrap;strokeWidth=1;shadow=0;strokeColor=default;perimeterSpacing=0;labelBackgroundColor=none;labelBorderColor=none;swimlaneFillColor=none;" parent="104" vertex="1">
                    <mxGeometry width="60" height="30" as="geometry">
                        <mxRectangle width="60" height="30" as="alternateBounds"/>
                    </mxGeometry>
                </mxCell>
                <mxCell id="106" value="userid" style="shape=partialRectangle;connectable=0;fillColor=none;top=0;left=0;bottom=0;right=0;align=left;spacingLeft=6;fontStyle=0;overflow=hidden;html=1;whiteSpace=wrap;strokeWidth=1;shadow=0;perimeterSpacing=0;labelBackgroundColor=none;labelBorderColor=none;swimlaneFillColor=none;" parent="104" vertex="1">
                    <mxGeometry x="60" width="120" height="30" as="geometry">
                        <mxRectangle width="120" height="30" as="alternateBounds"/>
                    </mxGeometry>
                </mxCell>
                <mxCell id="107" value="" style="shape=tableRow;horizontal=0;startSize=0;swimlaneHead=0;swimlaneBody=0;fillColor=none;collapsible=0;dropTarget=0;points=[[0,0.5],[1,0.5]];portConstraint=eastwest;top=0;left=0;right=0;bottom=0;html=1;labelBackgroundColor=none;labelBorderColor=none;swimlaneFillColor=none;" parent="97" vertex="1">
                    <mxGeometry y="120" width="180" height="30" as="geometry"/>
                </mxCell>
                <mxCell id="108" value="" style="shape=partialRectangle;connectable=0;fillColor=none;top=0;left=0;bottom=0;right=0;editable=1;overflow=hidden;html=1;whiteSpace=wrap;labelBackgroundColor=none;labelBorderColor=none;swimlaneFillColor=none;" parent="107" vertex="1">
                    <mxGeometry width="60" height="30" as="geometry">
                        <mxRectangle width="60" height="30" as="alternateBounds"/>
                    </mxGeometry>
                </mxCell>
                <mxCell id="109" value="itemid" style="shape=partialRectangle;connectable=0;fillColor=none;top=0;left=0;bottom=0;right=0;align=left;spacingLeft=6;overflow=hidden;html=1;whiteSpace=wrap;labelBackgroundColor=none;labelBorderColor=none;swimlaneFillColor=none;" parent="107" vertex="1">
                    <mxGeometry x="60" width="120" height="30" as="geometry">
                        <mxRectangle width="120" height="30" as="alternateBounds"/>
                    </mxGeometry>
                </mxCell>
                <mxCell id="110" value="" style="shape=tableRow;horizontal=0;startSize=0;swimlaneHead=0;swimlaneBody=0;fillColor=none;collapsible=0;dropTarget=0;points=[[0,0.5],[1,0.5]];portConstraint=eastwest;top=0;left=0;right=0;bottom=0;html=1;labelBackgroundColor=none;labelBorderColor=none;swimlaneFillColor=none;" parent="97" vertex="1">
                    <mxGeometry y="150" width="180" height="30" as="geometry"/>
                </mxCell>
                <mxCell id="111" value="" style="shape=partialRectangle;connectable=0;fillColor=none;top=0;left=0;bottom=0;right=0;editable=1;overflow=hidden;html=1;whiteSpace=wrap;labelBackgroundColor=none;labelBorderColor=none;swimlaneFillColor=none;" parent="110" vertex="1">
                    <mxGeometry width="60" height="30" as="geometry">
                        <mxRectangle width="60" height="30" as="alternateBounds"/>
                    </mxGeometry>
                </mxCell>
                <mxCell id="112" value="approved" style="shape=partialRectangle;connectable=0;fillColor=none;top=0;left=0;bottom=0;right=0;align=left;spacingLeft=6;overflow=hidden;html=1;whiteSpace=wrap;labelBackgroundColor=none;labelBorderColor=none;swimlaneFillColor=none;" parent="110" vertex="1">
                    <mxGeometry x="60" width="120" height="30" as="geometry">
                        <mxRectangle width="120" height="30" as="alternateBounds"/>
                    </mxGeometry>
                </mxCell>
                <mxCell id="113" value="" style="shape=tableRow;horizontal=0;startSize=0;swimlaneHead=0;swimlaneBody=0;fillColor=none;collapsible=0;dropTarget=0;points=[[0,0.5],[1,0.5]];portConstraint=eastwest;top=0;left=0;right=0;bottom=0;html=1;labelBackgroundColor=none;labelBorderColor=none;swimlaneFillColor=none;" parent="97" vertex="1">
                    <mxGeometry y="180" width="180" height="30" as="geometry"/>
                </mxCell>
                <mxCell id="114" value="" style="shape=partialRectangle;connectable=0;fillColor=none;top=0;left=0;bottom=0;right=0;editable=1;overflow=hidden;html=1;whiteSpace=wrap;labelBackgroundColor=none;labelBorderColor=none;swimlaneFillColor=none;" parent="113" vertex="1">
                    <mxGeometry width="60" height="30" as="geometry">
                        <mxRectangle width="60" height="30" as="alternateBounds"/>
                    </mxGeometry>
                </mxCell>
                <mxCell id="115" value="cost" style="shape=partialRectangle;connectable=0;fillColor=none;top=0;left=0;bottom=0;right=0;align=left;spacingLeft=6;overflow=hidden;html=1;whiteSpace=wrap;labelBackgroundColor=none;labelBorderColor=none;swimlaneFillColor=none;" parent="113" vertex="1">
                    <mxGeometry x="60" width="120" height="30" as="geometry">
                        <mxRectangle width="120" height="30" as="alternateBounds"/>
                    </mxGeometry>
                </mxCell>
                <mxCell id="116" value="" style="shape=tableRow;horizontal=0;startSize=0;swimlaneHead=0;swimlaneBody=0;fillColor=none;collapsible=0;dropTarget=0;points=[[0,0.5],[1,0.5]];portConstraint=eastwest;top=0;left=0;right=0;bottom=0;html=1;labelBackgroundColor=none;labelBorderColor=none;swimlaneFillColor=none;" parent="97" vertex="1">
                    <mxGeometry y="210" width="180" height="30" as="geometry"/>
                </mxCell>
                <mxCell id="117" value="" style="shape=partialRectangle;connectable=0;fillColor=none;top=0;left=0;bottom=0;right=0;editable=1;overflow=hidden;html=1;whiteSpace=wrap;labelBackgroundColor=none;labelBorderColor=none;swimlaneFillColor=none;" parent="116" vertex="1">
                    <mxGeometry width="60" height="30" as="geometry">
                        <mxRectangle width="60" height="30" as="alternateBounds"/>
                    </mxGeometry>
                </mxCell>
                <mxCell id="118" value="status" style="shape=partialRectangle;connectable=0;fillColor=none;top=0;left=0;bottom=0;right=0;align=left;spacingLeft=6;overflow=hidden;html=1;whiteSpace=wrap;labelBackgroundColor=none;labelBorderColor=none;swimlaneFillColor=none;" parent="116" vertex="1">
                    <mxGeometry x="60" width="120" height="30" as="geometry">
                        <mxRectangle width="120" height="30" as="alternateBounds"/>
                    </mxGeometry>
                </mxCell>
-                 <mxCell id="146" style="edgeStyle=none;html=1;entryX=0;entryY=0.5;entryDx=0;entryDy=0;exitX=1;exitY=0.5;exitDx=0;exitDy=0;startArrow=ERmandOne;startFill=0;strokeWidth=2;endArrow=ERzeroToMany;endFill=0;" edge="1" parent="1" source="19" target="76">
+                 <mxCell id="146" style="edgeStyle=orthogonalEdgeStyle;html=1;entryX=0;entryY=0.5;entryDx=0;entryDy=0;exitX=1;exitY=0.5;exitDx=0;exitDy=0;startArrow=ERmandOne;startFill=0;strokeWidth=2;endArrow=ERzeroToMany;endFill=0;rounded=0;curved=0;" parent="1" source="19" target="76" edge="1">
                    <mxGeometry relative="1" as="geometry">
                        <mxPoint x="310" y="199" as="sourcePoint"/>
                        <mxPoint x="370" y="229" as="targetPoint"/>
                    </mxGeometry>
                </mxCell>
            </root>
        </mxGraphModel>
    </diagram>
</mxfile>